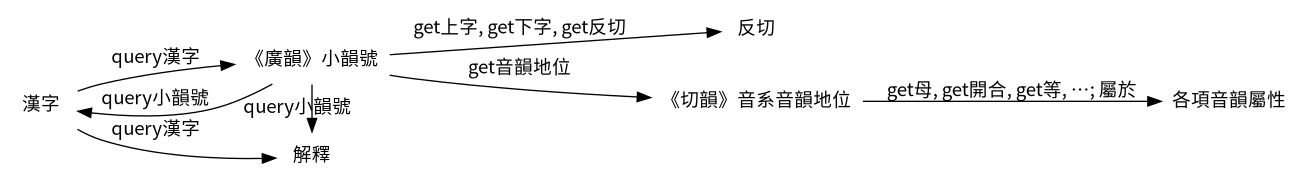
Before: docs/demo/qieyun-js.png, a diagram exported from Graphviz (nk2028/tshet-uinh-js). Its source is kept beside it as docs/demo/qieyun-js.dot.
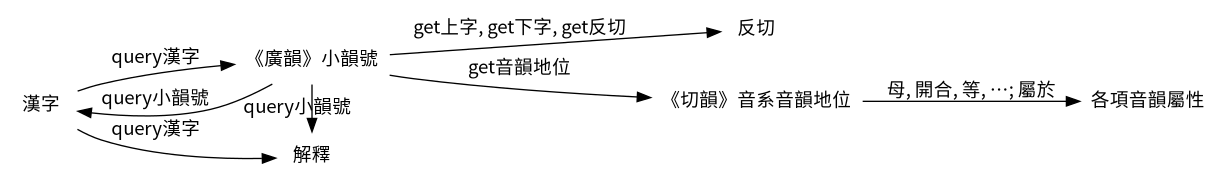
The same diagram one commit later.

The edit, as a diff of the source:
```diff
@@ -10,7 +10,7 @@
     《廣韻》小韻號 -> 解釋 [label="query小韻號"]
     《廣韻》小韻號 -> 反切 [label="get上字, get下字, get反切"]
     《廣韻》小韻號 -> 《切韻》音系音韻地位 [label="get音韻地位"]
-    《切韻》音系音韻地位 -> 各項音韻屬性 [label="get母, get開合, get等, …; 屬於"]
+    《切韻》音系音韻地位 -> 各項音韻屬性 [label="母, 開合, 等, …; 屬於"]
     subgraph subs {
         rank=same
         《廣韻》小韻號
```
